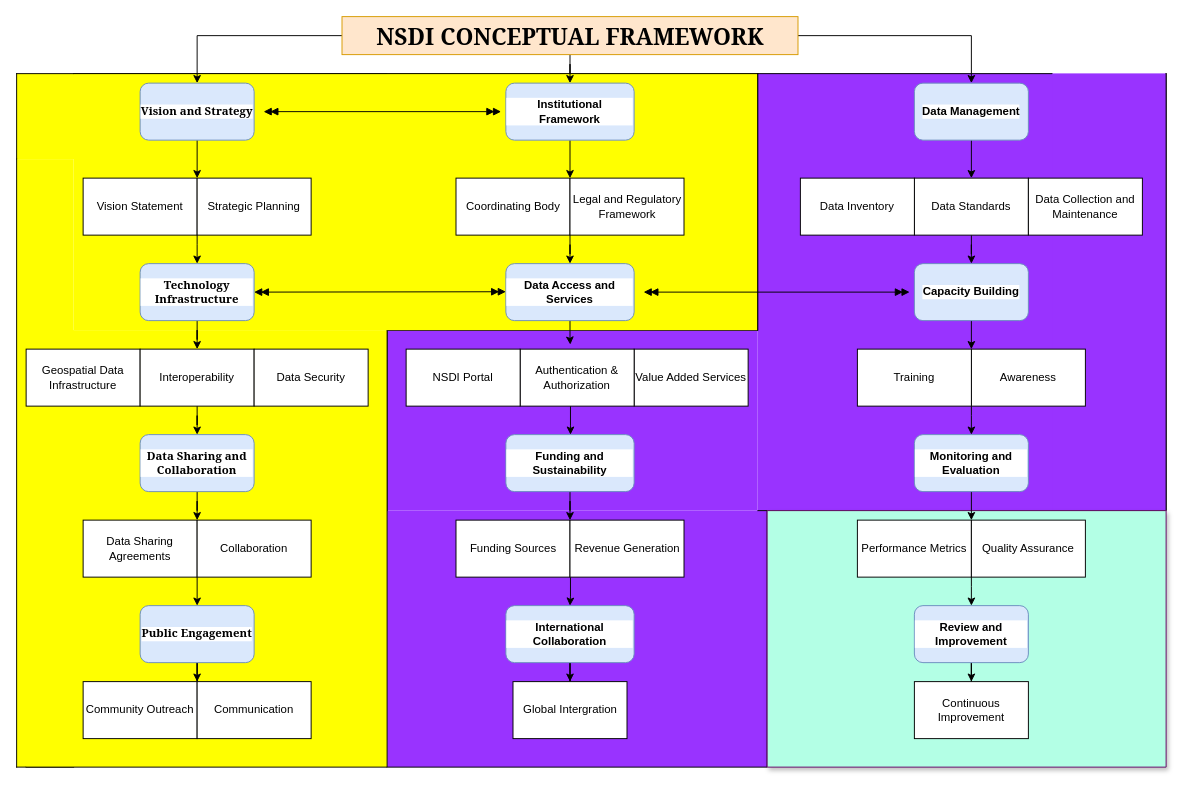
Before: conceptual_frame.drawio in anapitalai/diagrams, a draw.io diagram. Source tidied: cells renumbered, new cells numbered last; positions are measured from the earlier drawing's top-left corner, leaving out a move shared by most shapes. Both pictures are drawn from the tidied source at 95%, with x=0, y=0 at pixel (-259, 16).
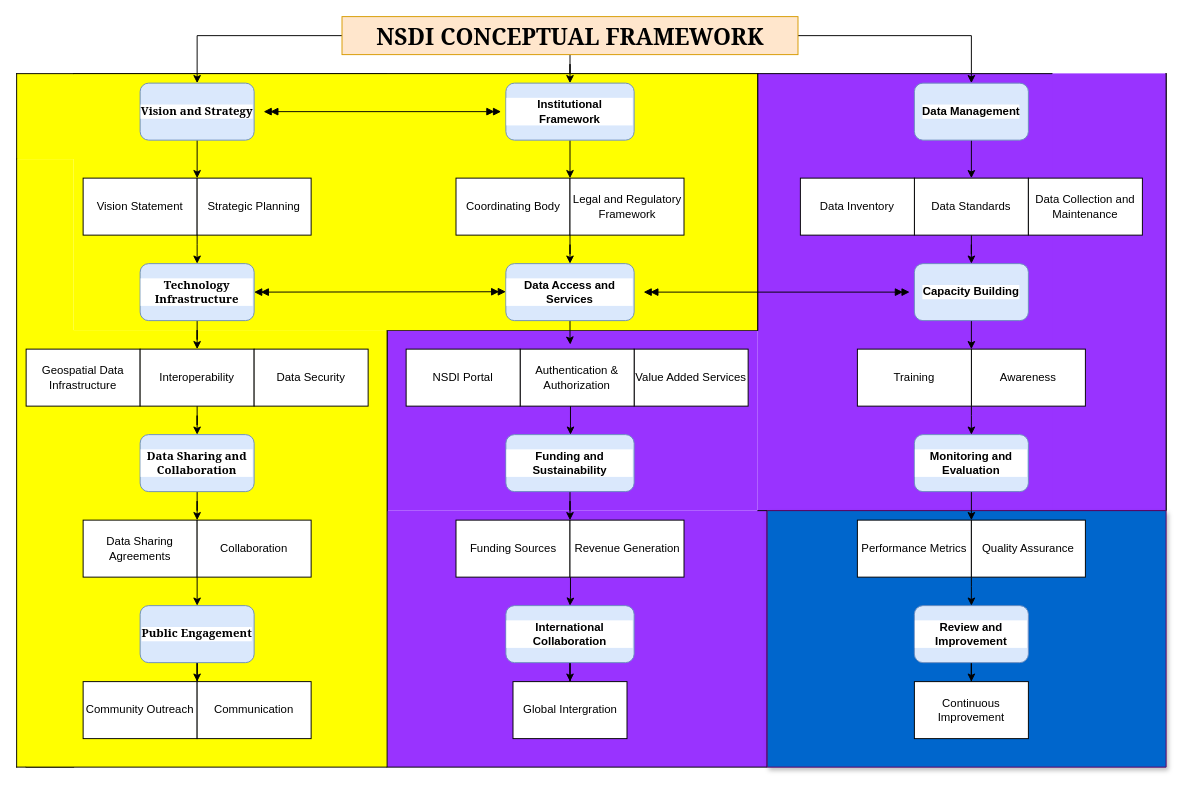
The same page after the edit.

Diff of the diagram source:
```diff
@@
-    <mxCell id="12" style="verticalLabelPosition=bottom;verticalAlign=top;html=1;shape=mxgraph.basic.rect;fillColor2=none;strokeWidth=1;size=20;indent=5;strokeColor=#660066;shadow=1;fillColor=#B3FFE5;" parent="1" vertex="1">
+    <mxCell id="12" style="verticalLabelPosition=bottom;verticalAlign=top;html=1;shape=mxgraph.basic.rect;fillColor2=none;strokeWidth=1;size=20;indent=5;strokeColor=#660066;shadow=1;fillColor=#0066CC;" parent="1" vertex="1">
       <mxGeometry x="1080" y="520" width="420" height="270" as="geometry" />
     </mxCell>
```
